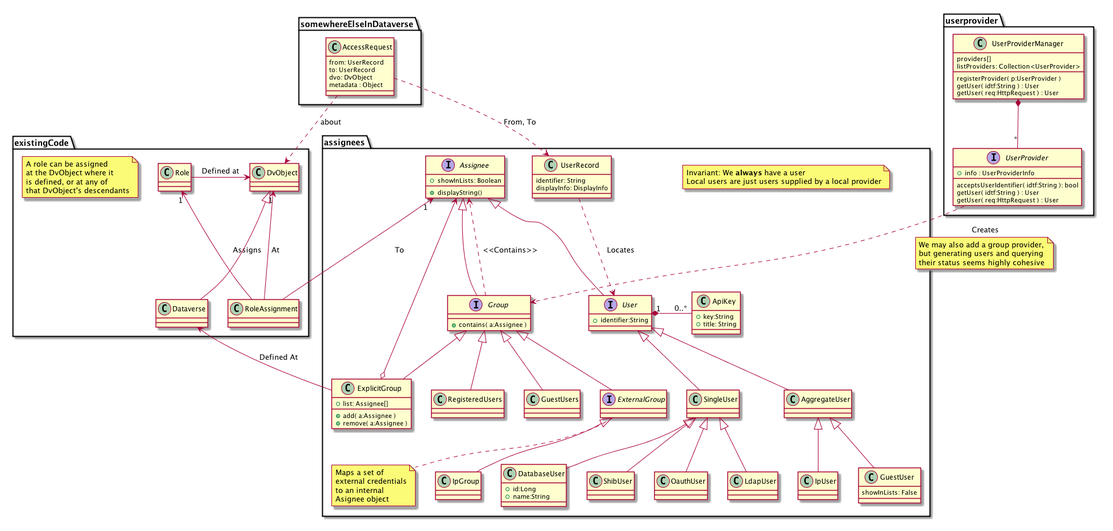
Before: doc/Architecture/UsersAndGroups.png, a diagram exported from PlantUML (IQSS/dataverse).
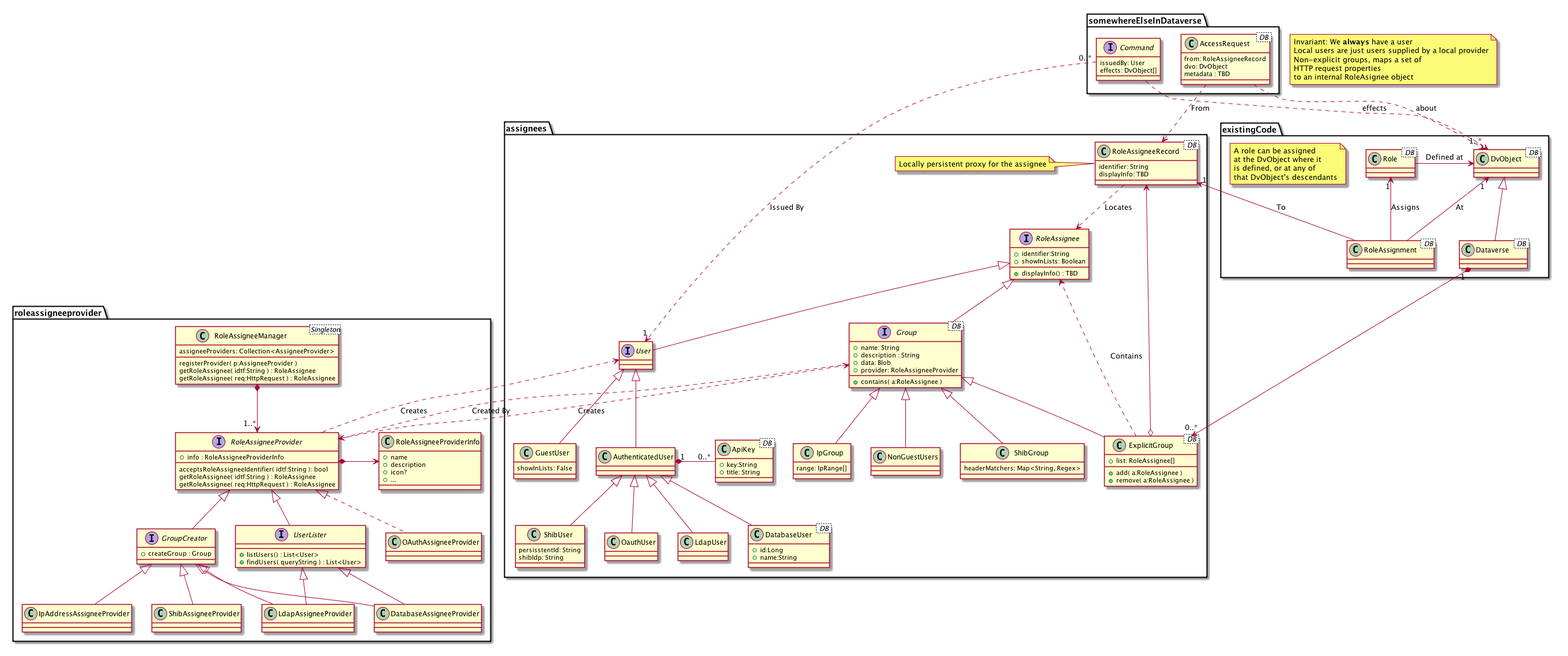
After the commit.

Commit message:
Also updated the png diagram

Change to the diagram source:
```diff
@@ -1,10 +1,19 @@
 @startuml
 
+note as n2
+  Invariant: We <b>always</b> have a user
+  Local users are just users supplied by a local provider
+  Non-explicit groups, maps a set of
+  HTTP request properties
+  to an internal RoleAsignee object
+end note
+
+
 package existingCode {
-  class Role
-  class DvObject
-  class RoleAssignment
-  class Dataverse
+  class Role< DB >
+  class DvObject< DB >
+  class RoleAssignment< DB >
+  class Dataverse< DB >
 
   note as n1
     A role can be assigned
@@ -15,158 +24,180 @@
 }
 
 package assignees {
-  note as n2
-   Invariant: We <b>always</b> have a user
-   Local users are just users supplied by a local provider
-  end note
 
-  interface Assignee {
-    + displayString()
+  interface RoleAssignee {
+    + identifier:String
+    + displayInfo() : TBD
     + showInLists: Boolean
   }
 
   interface User {
-    + identifier:String
   }
 
-  class SingleUser {
+  class AuthenticatedUser {
   }
 
-  class IpUser {
+  class IpGroup {
+    range: IpRange[]
   }
 
-  class AggregateUser {
-  }
-
-  class DatabaseUser {
+  class DatabaseUser< DB > {
     + id:Long
     + name:String
   }
 
-  class UserRecord {
+  class RoleAssigneeRecord< DB > {
     identifier: String
-    displayInfo: DisplayInfo
+    displayInfo: TBD
+  }
+note left
+ Locally persistent proxy for the assignee
+end note
+
+
+  class  ShibUser {
+    persisstentId: String
+    shibIdp: String
   }
 
-  class ShibUser {
-  }
-
-  class OauthUser {
-  }
-
-  class LdapUser {
-  }
-
+  class OauthUser
+  class LdapUser
   class GuestUser {
     showInLists: False
   }
 
-  class ApiKey {
+  class ApiKey< DB > {
     + key:String
     + title: String
   }
 
-  interface Group {
-    + contains( a:Assignee )
+  interface Group< DB > {
+    + name: String
+    + description : String
+    + data: Blob
+    + provider: RoleAssigneeProvider
+    + contains( a:RoleAssignee )
   }
 
-  class ExplicitGroup {
-    + add( a:Assignee )
-    + remove( a:Assignee )
-    + list: Assignee[]
+  class ExplicitGroup< DB > {
+    + add( a:RoleAssignee )
+    + remove( a:RoleAssignee )
+    + list: RoleAssignee[]
   }
 
-  class RegisteredUsers {
-
+  class NonGuestUsers
+  class ShibGroup {
+    headerMatchers: Map<String, Regex>
   }
 
-  class GuestUsers {
+}
 
-  }
+RoleAssignee <|-- User
+RoleAssignee <|-- Group
+User <|-- AuthenticatedUser
+User <|-- GuestUser
+AuthenticatedUser <|-- DatabaseUser
+AuthenticatedUser <|-- ShibUser
+AuthenticatedUser <|-- OauthUser
+AuthenticatedUser <|-- LdapUser
+Group <|-- ExplicitGroup
+Group <|-- NonGuestUsers
+Group <|-- ShibGroup
+Group <|-- IpGroup
 
-  Interface ExternalGroup {
+RoleAssigneeRecord ..> RoleAssignee : "Locates"
 
-  }
-  note bottom
-    Maps a set of
-    external credentials
-    to an internal
-    Asignee object
-  end note
-
-  class IpGroup {
-
-  }
-}
-Assignee <|-- User
-Assignee <|-- Group
-User <|-- SingleUser
-User <|-- AggregateUser
-AggregateUser <|-- GuestUser
-AggregateUser <|-- IpUser
-SingleUser <|-- DatabaseUser
-SingleUser <|-- ShibUser
-SingleUser <|-- OauthUser
-SingleUser <|-- LdapUser
-Group <|-- ExplicitGroup
-Group <|-- ExternalGroup
-Group <|-- RegisteredUsers
-Group <|-- GuestUsers
-ExternalGroup <|-- IpGroup
-
-UserRecord ..> User : "Locates"
-
-User "1" *- "0..*" ApiKey
+AuthenticatedUser "1" *- "0..*" ApiKey
 
 Role -> DvObject: Defined at
 RoleAssignment -up-> "1" DvObject: At
 RoleAssignment -up-> "1" Role: Assigns
-RoleAssignment --> "1" Assignee: To
+RoleAssignment --> "1" RoleAssigneeRecord: To
 
-Group ..> Assignee: <<Contains>>
-ExplicitGroup o--> Assignee
-ExplicitGroup --> Dataverse: Defined At
+ExplicitGroup ..> RoleAssignee: Contains
+ExplicitGroup o--> RoleAssigneeRecord
+ExplicitGroup "0..*" <--* "1" Dataverse
 
 DvObject <|-- Dataverse
 
-package userprovider {
+package roleassigneeprovider {
 
-  class UserProviderManager {
-    providers[]
-    registerProvider( p:UserProvider )
-    listProviders: Collection<UserProvider>
-    getUser( idtf:String ) : User
-    getUser( req:HttpRequest ) : User
+  class RoleAssigneeManager<Singleton> {
+    assigneeProviders: Collection<AssigneeProvider>
+
+    registerProvider( p:AssigneeProvider )
+    getRoleAssignee( idtf:String ) : RoleAssignee
+    getRoleAssignee( req:HttpRequest ) : RoleAssignee
   }
 
-  interface UserProvider {
-    + info : UserProviderInfo
-    acceptsUserIdentifier( idtf:String ): bool
-    getUser( idtf:String ) : User
-    getUser( req:HttpRequest ) : User
+  interface RoleAssigneeProvider {
+    + info : RoleAssigneeProviderInfo
+    acceptsRoleAssigneeIdentifier( idtf:String ): bool
+    getRoleAssignee( idtf:String ) : RoleAssignee
+    getRoleAssignee( req:HttpRequest ) : RoleAssignee
   }
 
-  UserProviderManager *-- "*" UserProvider
+  interface GroupCreator {
+    + createGroup : Group
+  }
+  interface UserLister {
+    + listUsers() : List<User>
+    + findUsers( queryString ) : List<User>
+  }
+
+  class RoleAssigneeProviderInfo {
+    + name
+    + description
+    + icon?
+    + ...
+  }
+
+  class DatabaseAssigneeProvider
+  class ShibAssigneeProvider
+  class IpAddressAssigneeProvider
+  class LdapAssigneeProvider
+  class OAuthAssigneeProvider
+
+  RoleAssigneeManager *-->  "1..*" RoleAssigneeProvider
+  RoleAssigneeProvider <|.. OAuthAssigneeProvider
+
+  RoleAssigneeProvider <|-- UserLister
+  RoleAssigneeProvider <|-- GroupCreator
+
+  UserLister   <|-- DatabaseAssigneeProvider
+  GroupCreator <|-- DatabaseAssigneeProvider
+  UserLister   <|-- LdapAssigneeProvider
+  GroupCreator <|-- LdapAssigneeProvider
+
+  GroupCreator <|-- ShibAssigneeProvider
+  GroupCreator <|-- IpAddressAssigneeProvider
+
+  RoleAssigneeProvider *-> RoleAssigneeProviderInfo
+
 }
 
+Group ..> RoleAssigneeProvider : "Created By"
+Group <.. RoleAssigneeProvider : "Creates"
+User  <.. RoleAssigneeProvider : "Creates"
+
 package somewhereElseInDataverse {
-  class AccessRequest {
-    from: UserRecord
-    to: UserRecord
+  class AccessRequest< DB > {
+    from: RoleAssigneeRecord
     dvo: DvObject
-    metadata : Object
+    metadata : TBD
+  }
+
+  interface Command {
+    issuedBy: User
+    effects: DvObject[]
   }
 
 }
 
-AccessRequest ..> UserRecord : "From, To"
+AccessRequest ..> RoleAssigneeRecord : "From"
 AccessRequest ..> DvObject : "about"
 
-UserProvider ..> Group : "Creates"
-note on link
-  We may also add a group provider,
-  but generating users and querying
-  their status seems highly cohesive
-end note
+Command "0..*" ..> "1" User : Issued By
+Command ..> "1..*" DvObject : effects
 
 @enduml
```
